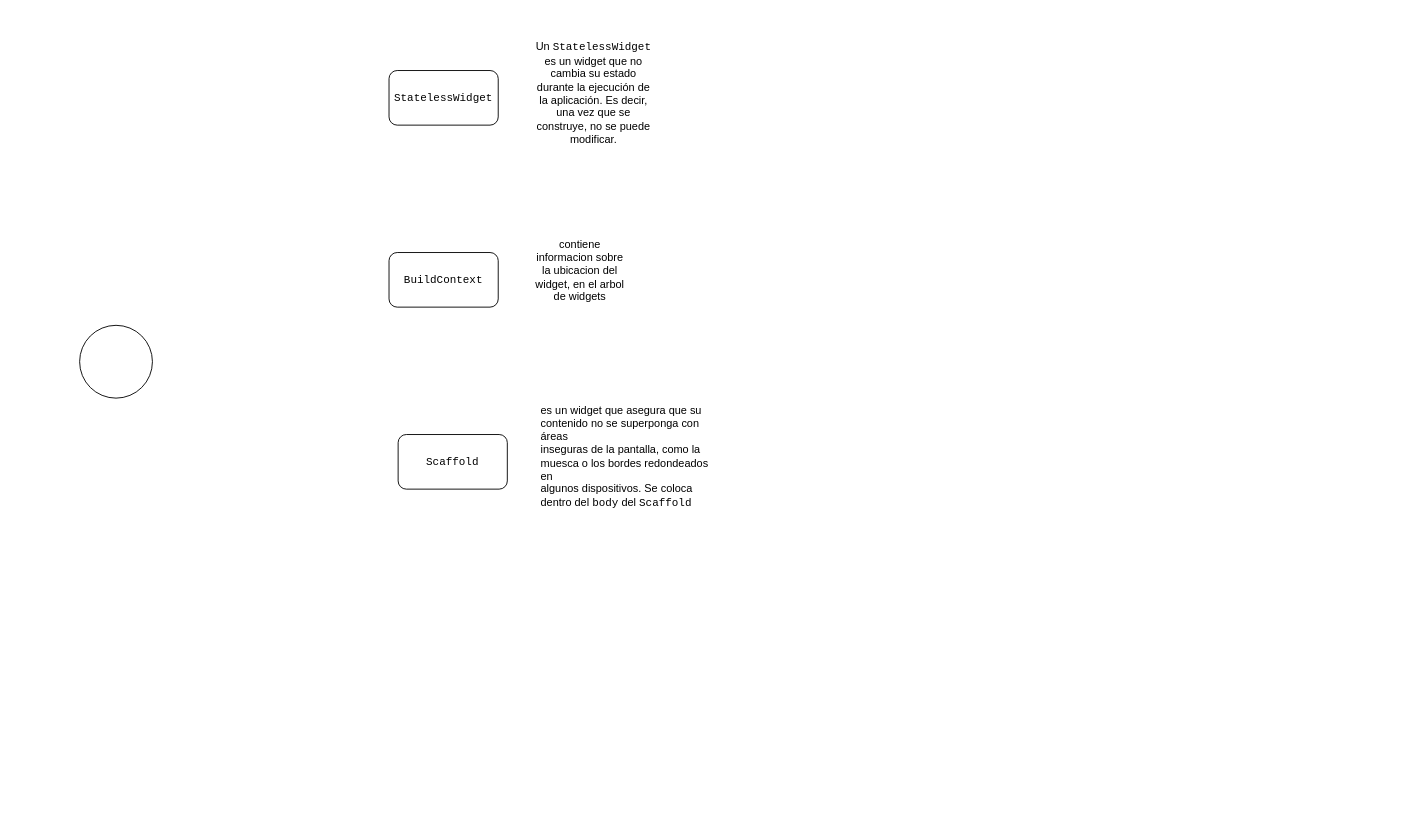
Earlier version of the draw.io diagram flutter/Diagrama.drawio (EstebanGitPro/Digramas). Source tidied: cells renumbered, new cells numbered last; positions are measured from the earlier drawing's top-left corner, leaving out a move shared by most shapes. Both pictures are drawn from the tidied source at 91%, with x=0, y=0 at pixel (79, 15).
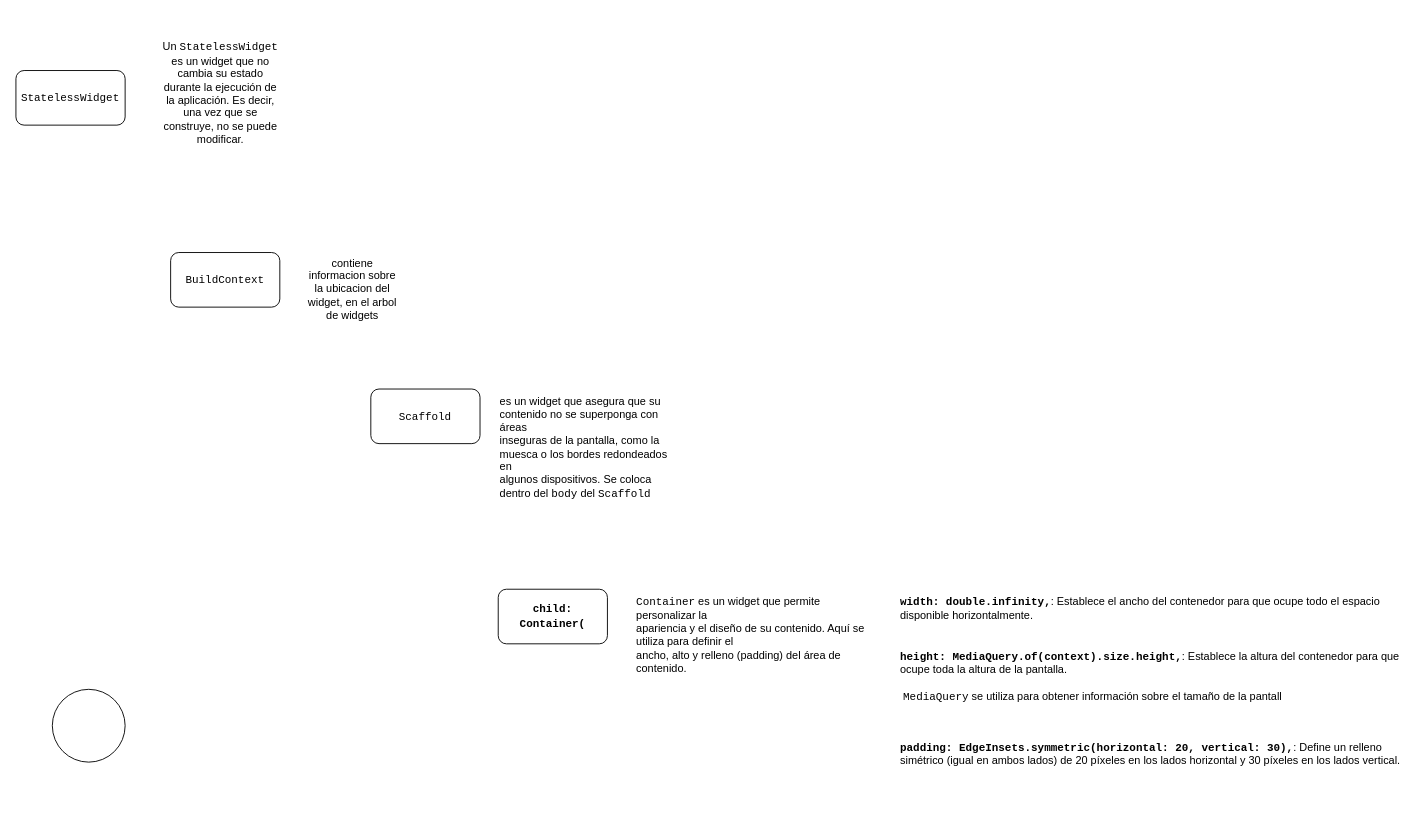
Above is the later version.

Change to the diagram source:
```diff
@@
 <mxGraphModel>
   <root>
     <mxCell id="0" />
     <mxCell id="1" parent="0" />
     <mxCell id="2" style="ellipse;whiteSpace=wrap;html=1;" parent="1" vertex="1">
-      <mxGeometry y="340" width="80" height="80" as="geometry" />
+      <mxGeometry x="-30" y="740" width="80" height="80" as="geometry" />
     </mxCell>
     <mxCell id="3" value="&lt;code&gt;StatelessWidget&lt;/code&gt;" style="rounded=1;whiteSpace=wrap;html=1;" parent="1" vertex="1">
-      <mxGeometry x="340" y="60" width="120" height="60" as="geometry" />
+      <mxGeometry x="-70" y="60" width="120" height="60" as="geometry" />
     </mxCell>
     <mxCell id="4" value="&lt;code&gt;BuildContext&lt;/code&gt;" style="rounded=1;whiteSpace=wrap;html=1;" parent="1" vertex="1">
-      <mxGeometry x="340" y="260" width="120" height="60" as="geometry" />
+      <mxGeometry x="100" y="260" width="120" height="60" as="geometry" />
     </mxCell>
     <mxCell id="5" value="contiene informacion sobre la ubicacion del widget, en el arbol de widgets" style="text;html=1;align=center;verticalAlign=middle;whiteSpace=wrap;rounded=0;" parent="1" vertex="1">
-      <mxGeometry x="500" y="240" width="100" height="80" as="geometry" />
+      <mxGeometry x="250" y="260" width="100" height="80" as="geometry" />
     </mxCell>
     <mxCell id="6" value="Un &lt;code&gt;StatelessWidget&lt;/code&gt; es un widget que no cambia su estado &lt;br/&gt;durante la ejecución de la aplicación. Es decir, una vez que se &lt;br/&gt;construye, no se puede modificar." style="text;html=1;align=center;verticalAlign=middle;whiteSpace=wrap;rounded=0;" parent="1" vertex="1">
-      <mxGeometry x="500" width="130" height="170" as="geometry" />
+      <mxGeometry x="90" width="130" height="170" as="geometry" />
     </mxCell>
     <mxCell id="7" value="es un widget que asegura que su contenido no se superponga con áreas &lt;br/&gt;inseguras de la pantalla, como la muesca o los bordes redondeados en &lt;br/&gt;algunos dispositivos. Se coloca dentro del &lt;code&gt;body&lt;/code&gt; del &lt;code&gt;Scaffold&lt;/code&gt;" style="text;whiteSpace=wrap;html=1;" parent="1" vertex="1">
-      <mxGeometry x="505" y="420" width="195" height="130" as="geometry" />
+      <mxGeometry x="460" y="410" width="195" height="130" as="geometry" />
     </mxCell>
     <mxCell id="8" value="&lt;code&gt;Scaffold&lt;/code&gt;" style="rounded=1;whiteSpace=wrap;html=1;" parent="1" vertex="1">
-      <mxGeometry x="350" y="460" width="120" height="60" as="geometry" />
+      <mxGeometry x="320" y="410" width="120" height="60" as="geometry" />
     </mxCell>
+    <mxCell id="9" value="&lt;strong&gt;&lt;code&gt;child: Container(&lt;/code&gt;&lt;/strong&gt;" style="rounded=1;whiteSpace=wrap;html=1;" parent="1" vertex="1">
+      <mxGeometry x="460" y="630" width="120" height="60" as="geometry" />
+    </mxCell>
+    <mxCell id="10" value="&lt;code&gt;Container&lt;/code&gt; es un widget que permite personalizar la &#10;apariencia y el diseño de su contenido. Aquí se utiliza para definir el &#10;ancho, alto y relleno (padding) del área de contenido." style="text;whiteSpace=wrap;html=1;" parent="1" vertex="1">
+      <mxGeometry x="610" y="630" width="270" height="110" as="geometry" />
+    </mxCell>
+    <mxCell id="11" value="&lt;strong&gt;&lt;code&gt;width: double.infinity,&lt;/code&gt;&lt;/strong&gt;: Establece el ancho del contenedor para que ocupe todo el espacio disponible horizontalmente." style="text;whiteSpace=wrap;html=1;" parent="1" vertex="1">
+      <mxGeometry x="900" y="630" width="560" height="50" as="geometry" />
+    </mxCell>
+    <mxCell id="12" value="&lt;strong&gt;&lt;code&gt;height: MediaQuery.of(context).size.height,&lt;/code&gt;&lt;/strong&gt;: Establece la altura del contenedor para que ocupe toda la altura de la pantalla.&lt;div&gt;&lt;br&gt;&lt;/div&gt;&lt;div&gt;&amp;nbsp;&lt;code&gt;MediaQuery&lt;/code&gt; se utiliza para obtener información sobre el tamaño de la pantall&lt;/div&gt;" style="text;whiteSpace=wrap;html=1;" parent="1" vertex="1">
+      <mxGeometry x="900" y="690" width="560" height="70" as="geometry" />
+    </mxCell>
+    <mxCell id="13" value="&lt;strong&gt;&lt;code&gt;padding: EdgeInsets.symmetric(horizontal: 20, vertical: 30),&lt;/code&gt;&lt;/strong&gt;: Define un relleno simétrico (igual en ambos lados) de 20 píxeles en los lados horizontal y 30 píxeles en los lados vertical." style="text;whiteSpace=wrap;html=1;" parent="1" vertex="1">
+      <mxGeometry x="900" y="790" width="560" height="70" as="geometry" />
+    </mxCell>
   </root>
 </mxGraphModel>
```
